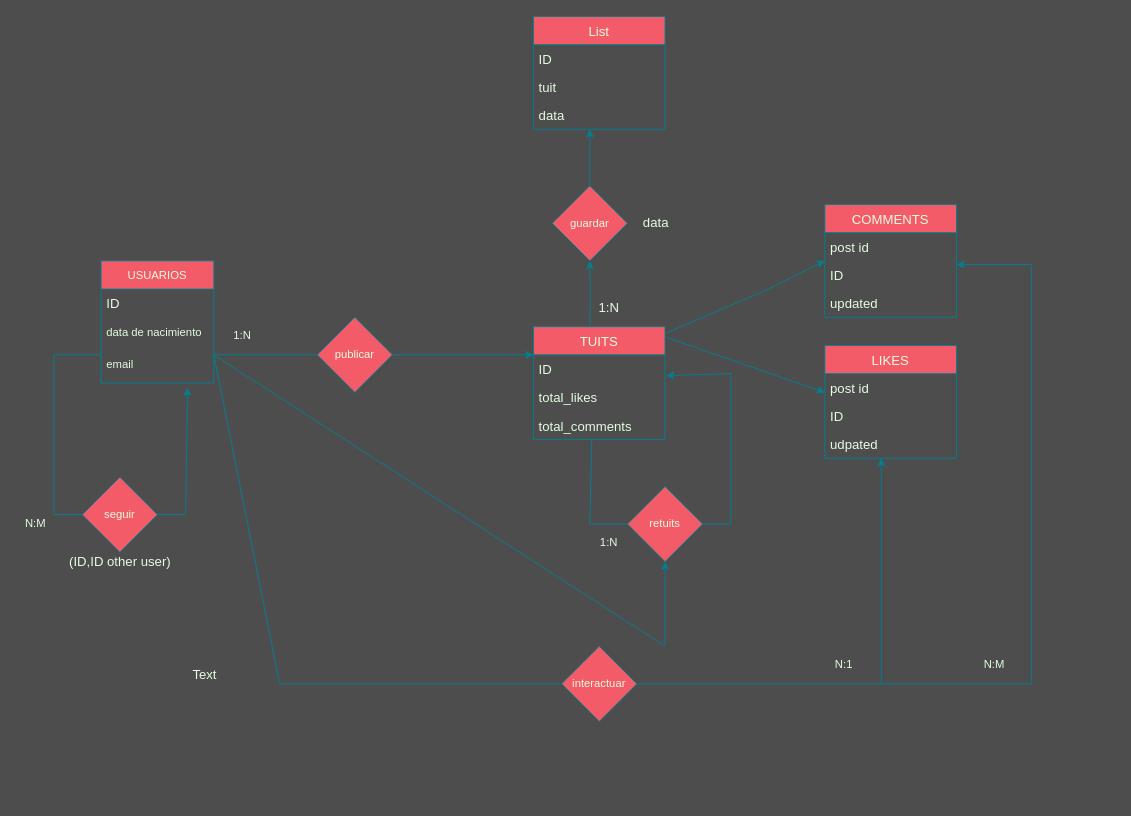
Above: Ejercicio16.drawio in MarcPadrell/Team-4-ta12 (draw.io), before the change. Source tidied: cells renumbered, new cells numbered last; positions are measured from the earlier drawing's top-left corner, leaving out a move shared by most shapes. Both pictures are drawn from the tidied source at 94%, with x=0, y=0 at pixel (16, 16).
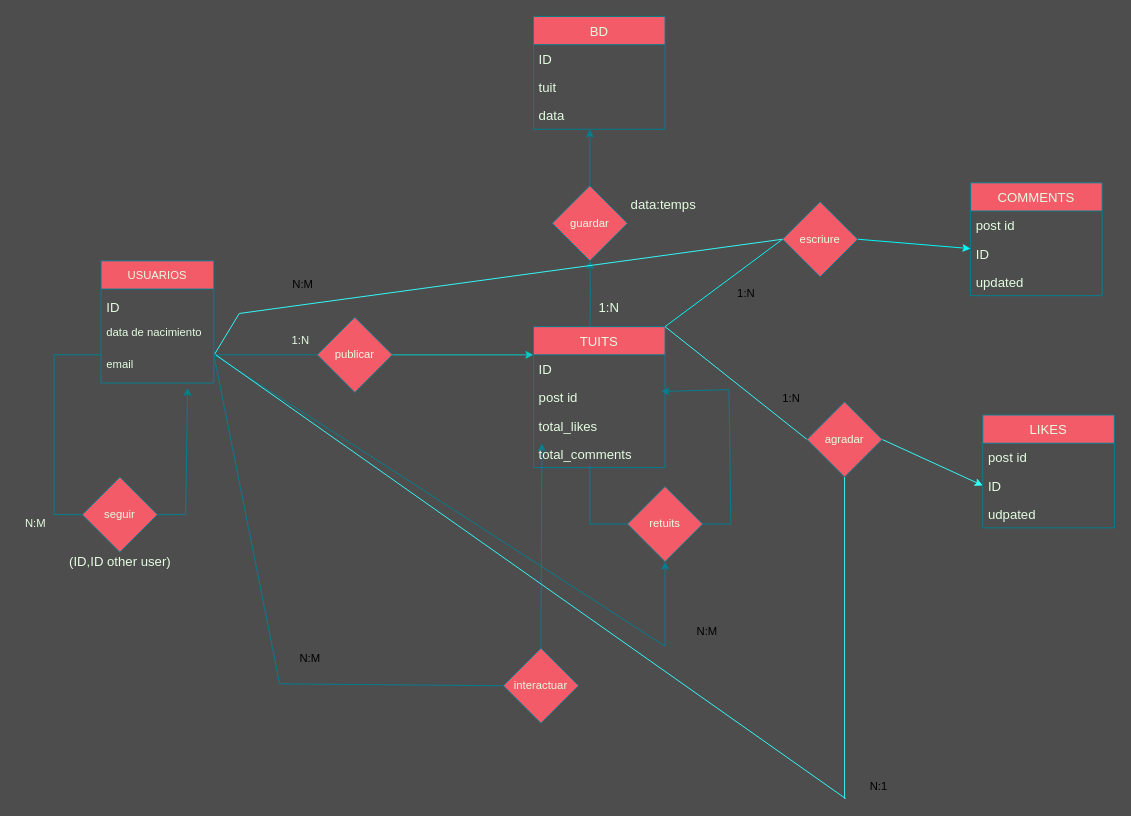
The same page after the edit.

The change refers to these unchanged cells:
```xml
<mxCell id="3" value="publicar" style="rhombus;whiteSpace=wrap;html=1;fillColor=#F45B69;strokeColor=#028090;fontColor=#E4FDE1;" parent="1" vertex="1">
  <mxGeometry x="320" y="320" width="80" height="80" as="geometry" />
</mxCell>
<mxCell id="28" value="USUARIOS" style="swimlane;fontStyle=0;horizontal=1;startSize=30;fontColor=#E4FDE1;fillColor=#F45B69;strokeColor=#028090;" parent="1" vertex="1">
  <mxGeometry x="90" y="260" width="120" height="130" as="geometry" />
</mxCell>
<mxCell id="31" value="email" style="text;strokeColor=none;fillColor=none;align=left;verticalAlign=middle;spacingLeft=4;spacingRight=4;overflow=hidden;points=[[0,0.5],[1,0.5]];portConstraint=eastwest;fontColor=#E4FDE1;" parent="28" vertex="1">
  <mxGeometry y="90" width="120" height="40" as="geometry" />
</mxCell>
<mxCell id="38" value="ID" style="text;strokeColor=none;fillColor=none;align=left;verticalAlign=middle;spacingLeft=4;spacingRight=4;overflow=hidden;points=[[0,0.5],[1,0.5]];portConstraint=eastwest;fontSize=14;fontColor=#E4FDE1;" parent="36" vertex="1">
  <mxGeometry y="60" width="140" height="30" as="geometry" />
</mxCell>
<mxCell id="48" value="ID" style="text;strokeColor=none;fillColor=none;align=left;verticalAlign=middle;spacingLeft=4;spacingRight=4;overflow=hidden;points=[[0,0.5],[1,0.5]];portConstraint=eastwest;fontSize=14;fontColor=#E4FDE1;" parent="46" vertex="1">
  <mxGeometry y="60" width="140" height="30" as="geometry" />
</mxCell>
```

What changed in the source:
```diff
@@
-    <mxCell id="4" style="endArrow=classic;html=1;rounded=0;exitX=1;exitY=0.5;exitDx=0;exitDy=0;strokeColor=#028090;fontColor=#E4FDE1;labelBackgroundColor=#114B5F;" parent="1" edge="1" source="3">
+    <mxCell id="4" style="endArrow=classic;html=1;rounded=0;exitX=1;exitY=0.5;exitDx=0;exitDy=0;strokeColor=#00CCCC;fontColor=#E4FDE1;labelBackgroundColor=#114B5F;" parent="1" edge="1" source="3">
       <mxGeometry relative="1" as="geometry">
         <mxPoint x="550" y="360" as="targetPoint" />
       </mxGeometry>
     </mxCell>
@@
-    <mxCell id="10" style="endArrow=none;html=1;rounded=0;entryX=0.443;entryY=1.033;entryDx=0;entryDy=0;entryPerimeter=0;strokeColor=#028090;fontColor=#E4FDE1;labelBackgroundColor=#114B5F;" parent="1" edge="1" target="35">
+    <mxCell id="10" style="endArrow=none;html=1;rounded=0;strokeColor=#028090;fontColor=#E4FDE1;labelBackgroundColor=#114B5F;" parent="1" edge="1">
       <mxGeometry relative="1" as="geometry">
         <mxPoint x="610" y="540" as="sourcePoint" />
+        <mxPoint x="610" y="478" as="targetPoint" />
       </mxGeometry>
     </mxCell>
@@
-    <mxCell id="13" style="endArrow=classic;html=1;rounded=0;entryX=1.007;entryY=0.733;entryDx=0;entryDy=0;entryPerimeter=0;strokeColor=#028090;fontColor=#E4FDE1;labelBackgroundColor=#114B5F;" parent="1" edge="1">
+    <mxCell id="13" style="endArrow=classic;html=1;rounded=0;strokeColor=#028090;fontColor=#E4FDE1;labelBackgroundColor=#114B5F;" parent="1" edge="1">
       <mxGeometry relative="1" as="geometry">
         <mxPoint x="760" y="540" as="sourcePoint" />
-        <mxPoint x="691" y="382" as="targetPoint" />
+        <mxPoint x="686" y="399" as="targetPoint" />
         <Array as="points">
-          <mxPoint x="760" y="380" />
+          <mxPoint x="758" y="397" />
         </Array>
       </mxGeometry>
     </mxCell>
@@
     <mxCell id="15" value="1:N" style="text;html=1;align=center;verticalAlign=middle;strokeColor=none;fillColor=none;fontColor=#E4FDE1;" parent="1" vertex="1">
-      <mxGeometry x="225" y="330" width="30" height="20" as="geometry" />
+      <mxGeometry x="287" y="335" width="30" height="20" as="geometry" />
     </mxCell>
@@
-    <mxCell id="17" value="1:N" style="text;html=1;align=center;verticalAlign=middle;strokeColor=none;fillColor=none;fontColor=#E4FDE1;" parent="1" vertex="1">
-      <mxGeometry x="615" y="550" width="30" height="20" as="geometry" />
-    </mxCell>
@@
-    <mxCell id="19" style="endArrow=classic;html=1;rounded=0;entryX=0;entryY=0.5;entryDx=0;entryDy=0;exitX=1.007;exitY=0.117;exitDx=0;exitDy=0;exitPerimeter=0;strokeColor=#028090;fontColor=#E4FDE1;labelBackgroundColor=#114B5F;" parent="1" edge="1">
-      <mxGeometry relative="1" as="geometry">
-        <mxPoint x="690.8" y="337" as="sourcePoint" />
-        <mxPoint x="860" y="260" as="targetPoint" />
-        <Array as="points">
-          <mxPoint x="800" y="290" />
-        </Array>
-      </mxGeometry>
-    </mxCell>
-    <mxCell id="20" style="endArrow=classic;html=1;rounded=0;entryX=0;entryY=0.5;entryDx=0;entryDy=0;exitX=1.014;exitY=0.192;exitDx=0;exitDy=0;exitPerimeter=0;strokeColor=#028090;fontColor=#E4FDE1;labelBackgroundColor=#114B5F;" parent="1" edge="1">
-      <mxGeometry relative="1" as="geometry">
-        <mxPoint x="691.7" y="341.5" as="sourcePoint" />
-        <mxPoint x="860" y="400" as="targetPoint" />
-      </mxGeometry>
-    </mxCell>
     <mxCell id="21" value="interactuar" style="rhombus;whiteSpace=wrap;html=1;fillColor=#F45B69;strokeColor=#028090;fontColor=#E4FDE1;" parent="1" vertex="1">
-      <mxGeometry x="580" y="670" width="80" height="80" as="geometry" />
+      <mxGeometry x="518" y="672" width="80" height="80" as="geometry" />
     </mxCell>
@@
-    <mxCell id="24" style="endArrow=classic;html=1;rounded=0;strokeColor=#028090;fontColor=#E4FDE1;labelBackgroundColor=#114B5F;" parent="1" edge="1">
-      <mxGeometry relative="1" as="geometry">
-        <mxPoint x="660" y="710" as="sourcePoint" />
-        <mxPoint x="920" y="470" as="targetPoint" />
-        <Array as="points">
-          <mxPoint x="920" y="710" />
-        </Array>
-      </mxGeometry>
+    <mxCell id="24" style="endArrow=classic;html=1;rounded=0;strokeColor=#028090;fontColor=#E4FDE1;labelBackgroundColor=#114B5F;entryX=0.064;entryY=1.133;entryDx=0;entryDy=0;entryPerimeter=0;exitX=0.5;exitY=0;exitDx=0;exitDy=0;" parent="1" edge="1" source="21" target="35">
+      <mxGeometry relative="1" as="geometry" />
     </mxCell>
-    <mxCell id="25" style="endArrow=classic;html=1;rounded=0;entryX=1;entryY=0.133;entryDx=0;entryDy=0;entryPerimeter=0;strokeColor=#028090;fontColor=#E4FDE1;labelBackgroundColor=#114B5F;" parent="1" edge="1" target="38">
-      <mxGeometry relative="1" as="geometry">
-        <mxPoint x="920" y="710" as="sourcePoint" />
-        <Array as="points">
-          <mxPoint x="1080" y="710" />
-          <mxPoint x="1080" y="264" />
-        </Array>
-      </mxGeometry>
-    </mxCell>
-    <mxCell id="26" value="N:M" style="text;html=1;align=center;verticalAlign=middle;strokeColor=none;fillColor=none;fontColor=#E4FDE1;" parent="1" vertex="1">
-      <mxGeometry x="1020" y="680" width="40" height="20" as="geometry" />
-    </mxCell>
-    <mxCell id="27" value="N:1" style="text;html=1;align=center;verticalAlign=middle;strokeColor=none;fillColor=none;fontColor=#E4FDE1;" parent="1" vertex="1">
-      <mxGeometry x="865" y="680" width="30" height="20" as="geometry" />
-    </mxCell>
@@
-    <mxCell id="29" value="ID" style="text;strokeColor=none;fillColor=none;align=left;verticalAlign=middle;spacingLeft=4;spacingRight=4;overflow=hidden;fontSize=14;fontColor=#E4FDE1;" parent="28" vertex="1">
+    <mxCell id="29" value="ID" style="text;strokeColor=none;fillColor=none;align=left;verticalAlign=bottom;spacingLeft=4;spacingRight=4;overflow=hidden;fontSize=14;fontColor=#E4FDE1;" parent="28" vertex="1">
       <mxGeometry y="30" width="120" height="30" as="geometry" />
     </mxCell>
@@
     <mxCell id="32" value="TUITS" style="swimlane;fontStyle=0;horizontal=1;startSize=30;fontSize=14;fontColor=#E4FDE1;fillColor=#F45B69;strokeColor=#028090;" parent="1" vertex="1">
-      <mxGeometry x="550" y="330" width="140" height="120" as="geometry" />
+      <mxGeometry x="550" y="330" width="140" height="150" as="geometry" />
     </mxCell>
@@
-    <mxCell id="34" value="total_likes" style="text;strokeColor=none;fillColor=none;align=left;verticalAlign=middle;spacingLeft=4;spacingRight=4;overflow=hidden;fontSize=14;fontColor=#E4FDE1;" parent="32" vertex="1">
+    <mxCell id="34" value="post id" style="text;strokeColor=none;fillColor=none;align=left;verticalAlign=middle;spacingLeft=4;spacingRight=4;overflow=hidden;fontSize=14;fontColor=#E4FDE1;" parent="32" vertex="1">
       <mxGeometry y="60" width="140" height="30" as="geometry" />
     </mxCell>
-    <mxCell id="35" value="total_comments" style="text;strokeColor=none;fillColor=none;align=left;verticalAlign=middle;spacingLeft=4;spacingRight=4;overflow=hidden;points=[[0,0.5],[1,0.5]];portConstraint=eastwest;fontSize=14;fontColor=#E4FDE1;" parent="32" vertex="1">
+    <mxCell id="35" value="total_likes" style="text;strokeColor=none;fillColor=none;align=left;verticalAlign=middle;spacingLeft=4;spacingRight=4;overflow=hidden;points=[[0,0.5],[1,0.5]];portConstraint=eastwest;fontSize=14;fontColor=#E4FDE1;" parent="32" vertex="1">
       <mxGeometry y="90" width="140" height="30" as="geometry" />
     </mxCell>
+    <mxCell id="53" value="total_comments" style="text;strokeColor=none;fillColor=none;align=left;verticalAlign=middle;spacingLeft=4;spacingRight=4;overflow=hidden;fontSize=14;fontColor=#E4FDE1;" parent="32" vertex="1">
+      <mxGeometry y="120" width="140" height="30" as="geometry" />
+    </mxCell>
     <mxCell id="36" value="COMMENTS" style="swimlane;fontStyle=0;horizontal=1;startSize=30;fontSize=14;fontColor=#E4FDE1;fillColor=#F45B69;strokeColor=#028090;" parent="1" vertex="1">
-      <mxGeometry x="860" y="200" width="140" height="120" as="geometry" />
+      <mxGeometry x="1015" y="177" width="140" height="120" as="geometry" />
     </mxCell>
@@
-    <mxCell id="41" value="data" style="text;html=1;align=center;verticalAlign=middle;strokeColor=none;fillColor=none;fontSize=14;fontColor=#E4FDE1;" parent="1" vertex="1">
-      <mxGeometry x="660" y="210" width="40" height="20" as="geometry" />
+    <mxCell id="41" value="data:temps" style="text;html=1;align=center;verticalAlign=middle;strokeColor=none;fillColor=none;fontSize=14;fontColor=#E4FDE1;" parent="1" vertex="1">
+      <mxGeometry x="648" y="189" width="79" height="21" as="geometry" />
     </mxCell>
-    <mxCell id="42" value="List" style="swimlane;fontStyle=0;horizontal=1;startSize=30;fontSize=14;fontColor=#E4FDE1;fillColor=#F45B69;strokeColor=#028090;" parent="1" vertex="1">
+    <mxCell id="42" value="BD" style="swimlane;fontStyle=0;horizontal=1;startSize=30;fontSize=14;fontColor=#E4FDE1;fillColor=#F45B69;strokeColor=#028090;" parent="1" vertex="1">
       <mxGeometry x="550" width="140" height="120" as="geometry" />
     </mxCell>
@@
     <mxCell id="46" value="LIKES" style="swimlane;fontStyle=0;horizontal=1;startSize=30;fontSize=14;fontColor=#E4FDE1;fillColor=#F45B69;strokeColor=#028090;" parent="1" vertex="1">
-      <mxGeometry x="860" y="350" width="140" height="120" as="geometry" />
+      <mxGeometry x="1028" y="424" width="140" height="120" as="geometry" />
     </mxCell>
@@
-    <mxCell id="52" value="Text" style="text;html=1;align=center;verticalAlign=middle;strokeColor=none;fillColor=none;fontSize=14;fontColor=#E4FDE1;" parent="1" vertex="1">
-      <mxGeometry x="180" y="690" width="40" height="20" as="geometry" />
-    </mxCell>
+    <mxCell id="54" style="endArrow=none;html=1;rounded=0;strokeColor=#00FFFF;entryX=0;entryY=0.5;entryDx=0;entryDy=0;" parent="1" edge="1" target="56">
+      <mxGeometry relative="1" as="geometry">
+        <mxPoint x="690" y="330" as="sourcePoint" />
+      </mxGeometry>
+    </mxCell>
+    <mxCell id="55" style="endArrow=classic;html=1;rounded=0;exitX=1;exitY=0.5;exitDx=0;exitDy=0;strokeColor=#00FFFF;" parent="1" edge="1" source="56">
+      <mxGeometry relative="1" as="geometry">
+        <mxPoint x="1015" y="247" as="targetPoint" />
+      </mxGeometry>
+    </mxCell>
+    <mxCell id="56" value="escriure" style="rhombus;whiteSpace=wrap;html=1;fillColor=#F45B69;strokeColor=#028090;fontColor=#E4FDE1;" parent="1" vertex="1">
+      <mxGeometry x="815" y="197" width="80" height="80" as="geometry" />
+    </mxCell>
+    <mxCell id="57" style="endArrow=none;html=1;rounded=0;exitX=1.008;exitY=0.225;exitDx=0;exitDy=0;exitPerimeter=0;entryX=0;entryY=0.5;entryDx=0;entryDy=0;strokeColor=#33FFFF;" parent="1" edge="1" source="31" target="56">
+      <mxGeometry relative="1" as="geometry">
+        <Array as="points">
+          <mxPoint x="237" y="316" />
+        </Array>
+      </mxGeometry>
+    </mxCell>
+    <mxCell id="58" style="endArrow=classic;html=1;rounded=0;strokeColor=#33FFFF;entryX=0;entryY=0.5;entryDx=0;entryDy=0;" parent="1" edge="1" target="48">
+      <mxGeometry relative="1" as="geometry">
+        <mxPoint x="921" y="450" as="sourcePoint" />
+      </mxGeometry>
+    </mxCell>
+    <mxCell id="59" style="endArrow=none;html=1;rounded=0;strokeColor=#33FFFF;exitX=1;exitY=0;exitDx=0;exitDy=0;entryX=0;entryY=0.5;entryDx=0;entryDy=0;" parent="1" edge="1" source="32">
+      <mxGeometry relative="1" as="geometry">
+        <mxPoint x="841" y="450" as="targetPoint" />
+      </mxGeometry>
+    </mxCell>
+    <mxCell id="60" value="agradar" style="rhombus;whiteSpace=wrap;html=1;fillColor=#F45B69;strokeColor=#028090;fontColor=#E4FDE1;" parent="1" vertex="1">
+      <mxGeometry x="841" y="410" width="80" height="80" as="geometry" />
+    </mxCell>
+    <mxCell id="61" style="endArrow=none;html=1;rounded=0;strokeColor=#33FFFF;exitX=1.017;exitY=0.25;exitDx=0;exitDy=0;exitPerimeter=0;" parent="1" edge="1" source="31">
+      <mxGeometry relative="1" as="geometry">
+        <mxPoint x="882" y="832" as="targetPoint" />
+      </mxGeometry>
+    </mxCell>
+    <mxCell id="62" style="endArrow=none;html=1;rounded=0;strokeColor=#33FFFF;entryX=0.5;entryY=1;entryDx=0;entryDy=0;" parent="1" edge="1" target="60">
+      <mxGeometry relative="1" as="geometry">
+        <mxPoint x="881" y="832" as="sourcePoint" />
+      </mxGeometry>
+    </mxCell>
+    <mxCell id="63" value="N:M" style="text;html=1;align=center;verticalAlign=middle;strokeColor=none;fillColor=none;" parent="1" vertex="1">
+      <mxGeometry x="296" y="674" width="32" height="18" as="geometry" />
+    </mxCell>
+    <mxCell id="27" value="N:1" style="text;html=1;align=center;verticalAlign=middle;strokeColor=none;fillColor=none;" parent="1" vertex="1">
+      <mxGeometry x="902" y="810" width="29" height="18" as="geometry" />
+    </mxCell>
+    <mxCell id="64" value="N:M" style="text;html=1;strokeColor=none;fillColor=none;align=center;verticalAlign=middle;whiteSpace=wrap;rounded=0;" parent="1" vertex="1">
+      <mxGeometry x="705" y="640" width="60" height="30" as="geometry" />
+    </mxCell>
+    <mxCell id="65" value="1:N" style="text;html=1;align=center;verticalAlign=middle;strokeColor=none;fillColor=none;" parent="1" vertex="1">
+      <mxGeometry x="761" y="286" width="29" height="18" as="geometry" />
+    </mxCell>
+    <mxCell id="66" value="1:N" style="text;html=1;align=center;verticalAlign=middle;strokeColor=none;fillColor=none;" parent="1" vertex="1">
+      <mxGeometry x="809" y="398" width="29" height="18" as="geometry" />
+    </mxCell>
+    <mxCell id="67" value="N:M" style="text;html=1;strokeColor=none;fillColor=none;align=center;verticalAlign=middle;whiteSpace=wrap;rounded=0;" parent="1" vertex="1">
+      <mxGeometry x="275" y="270" width="60" height="30" as="geometry" />
+    </mxCell>
```
